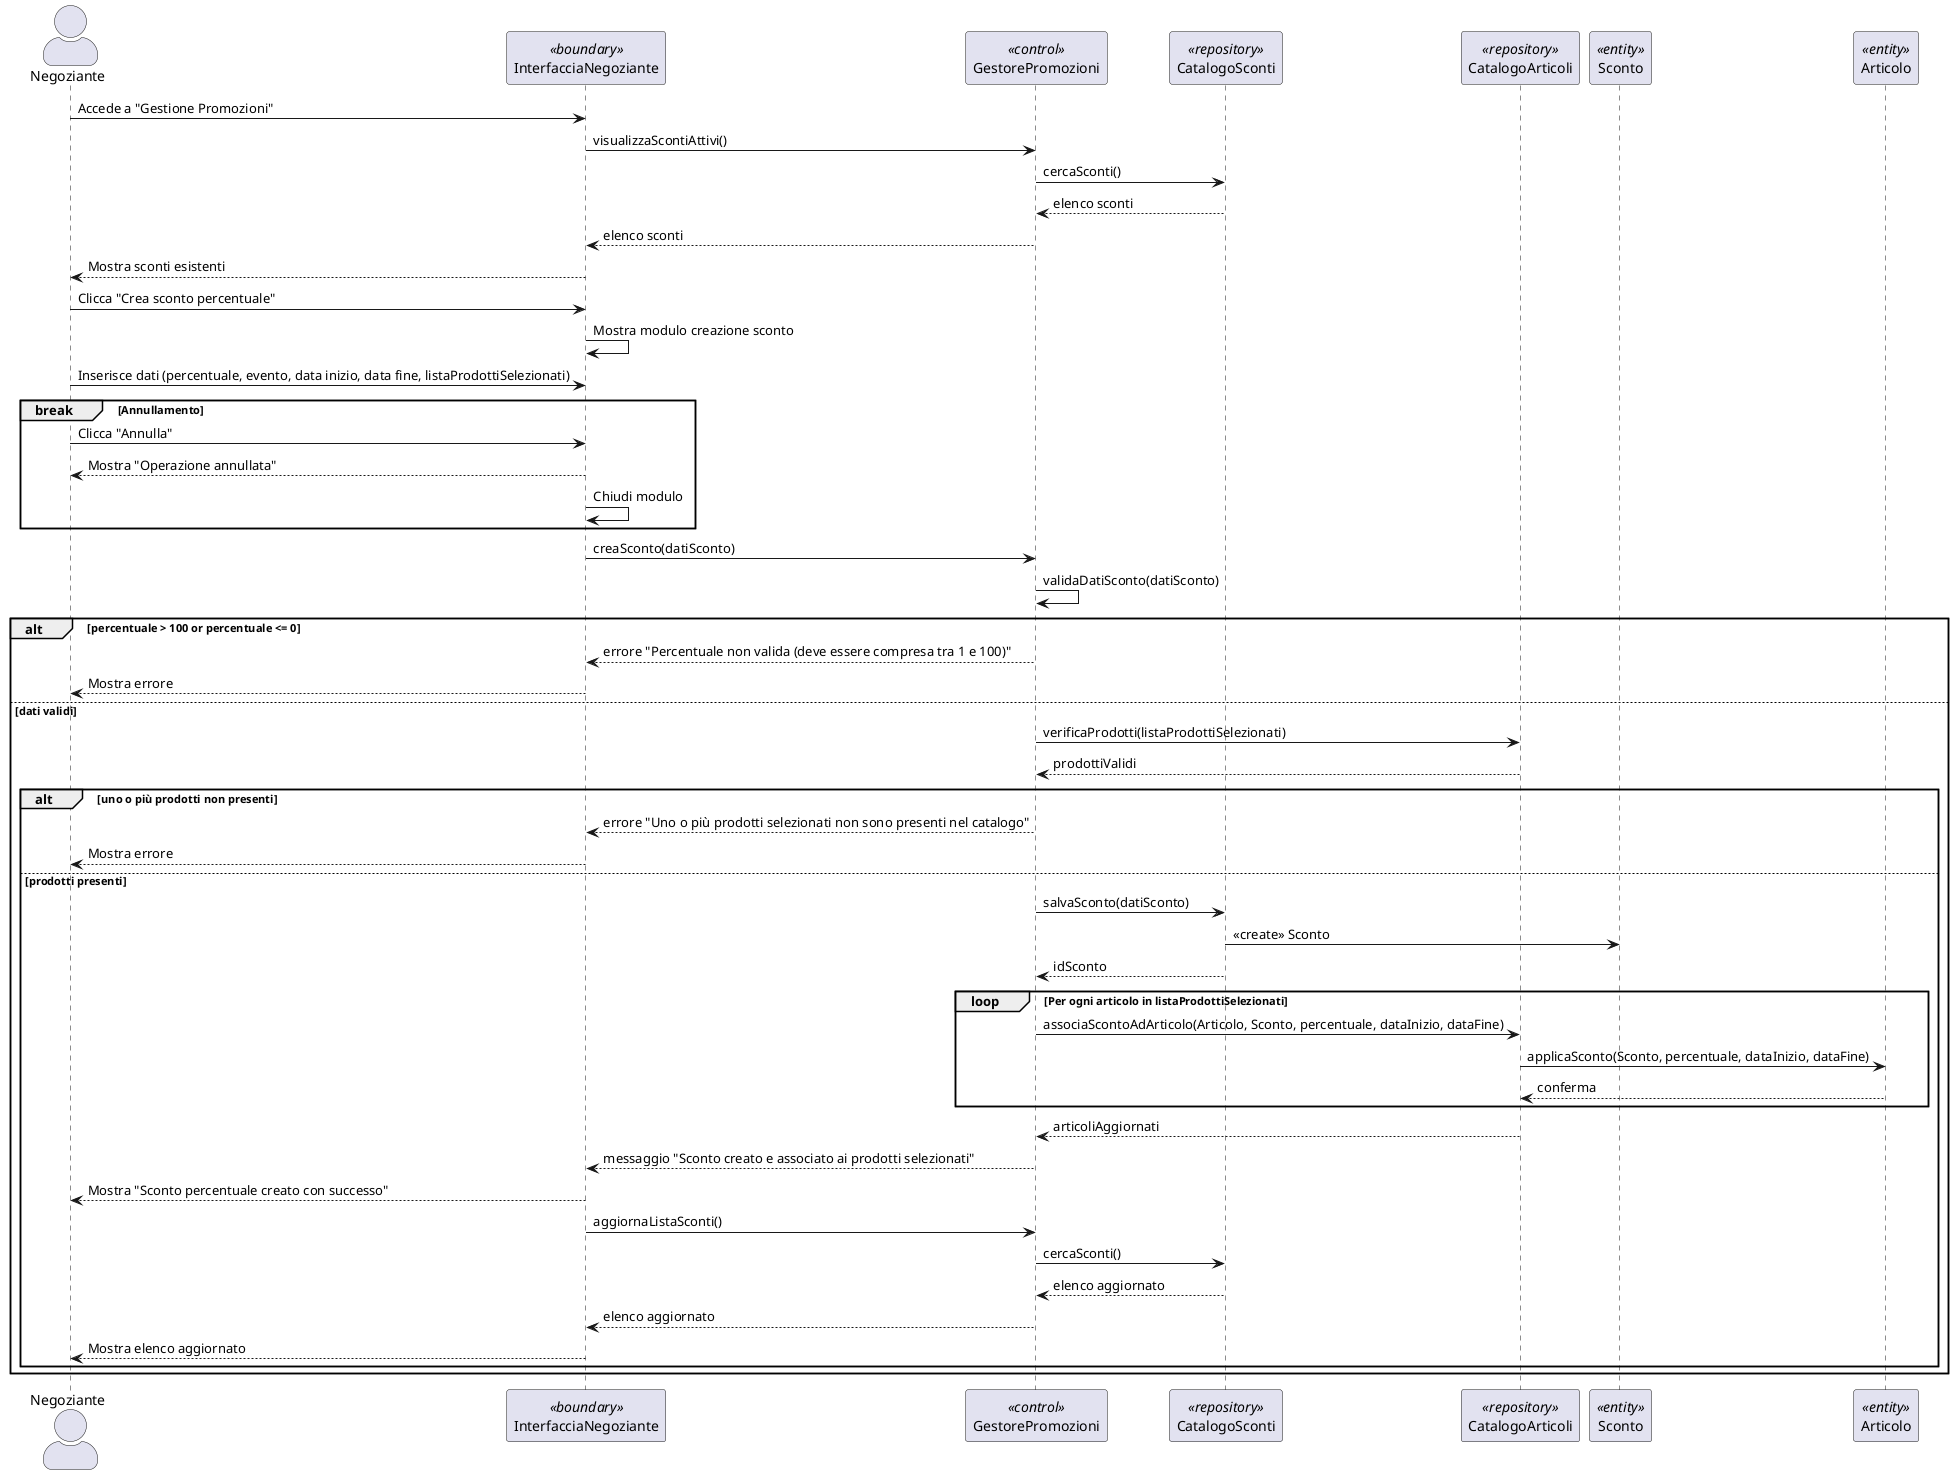
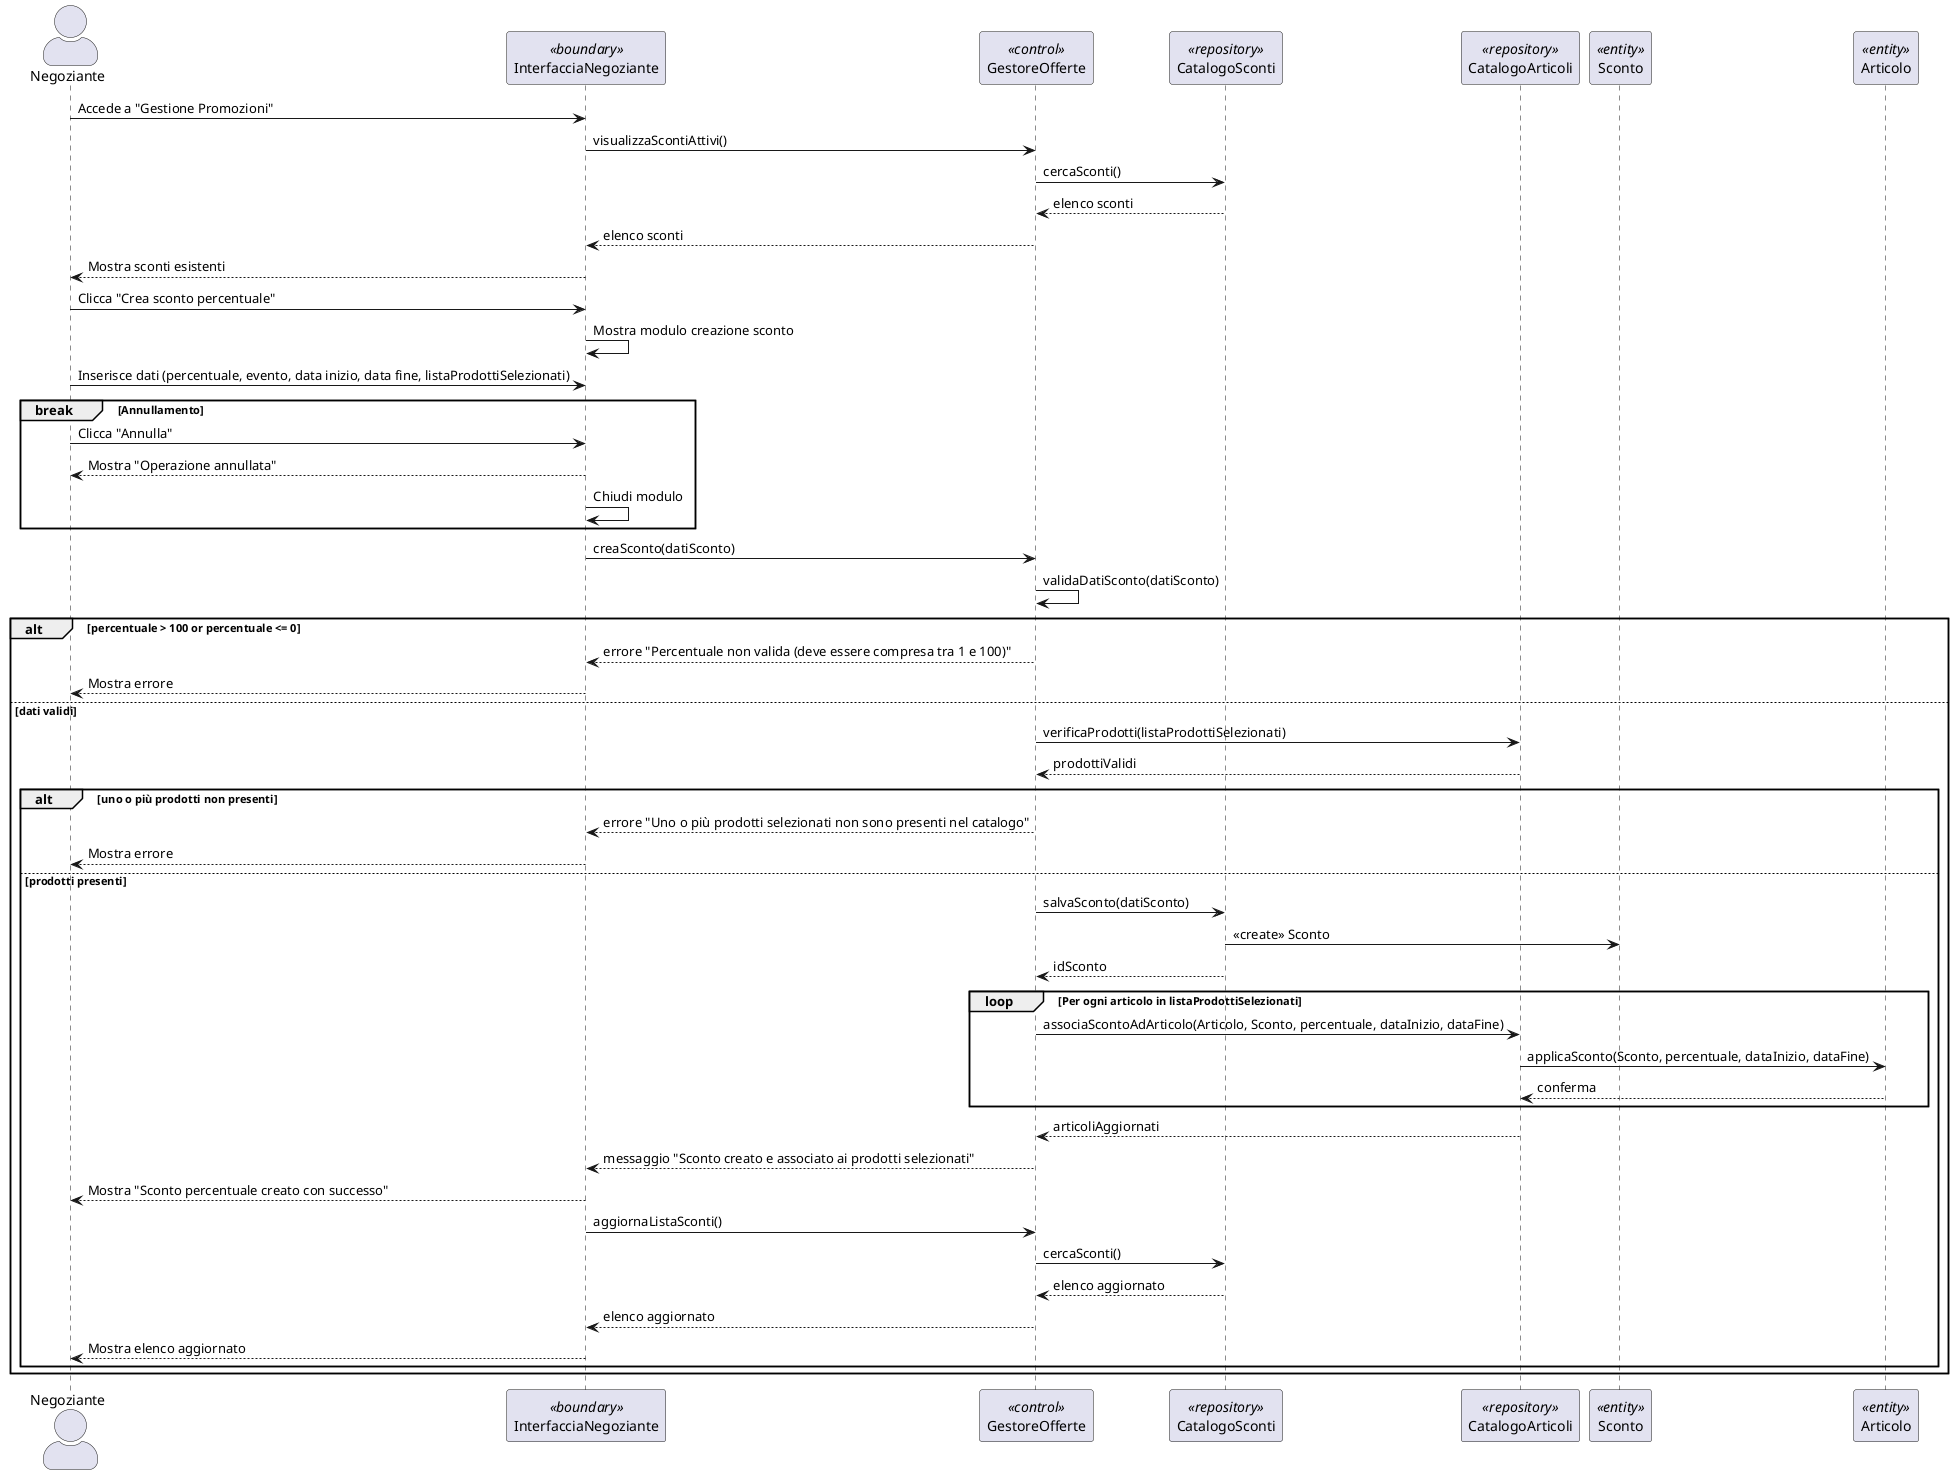
@startuml
skinparam actorStyle awesome

actor Negoziante as N
participant "InterfacciaNegoziante" as IN <<boundary>>
- participant "GestorePromozioni" as G <<control>>
+ participant "GestoreOfferte" as G <<control>>
participant "CatalogoSconti" as CS <<repository>>
participant "CatalogoArticoli" as CA <<repository>>
participant "Sconto" as Sconto <<entity>>
participant "Articolo" as Articolo <<entity>>

N -> IN: Accede a "Gestione Promozioni"
IN -> G: visualizzaScontiAttivi()
G -> CS: cercaSconti()
CS --> G: elenco sconti
G --> IN: elenco sconti
IN --> N: Mostra sconti esistenti

N -> IN: Clicca "Crea sconto percentuale"
IN -> IN: Mostra modulo creazione sconto
N -> IN: Inserisce dati (percentuale, evento, data inizio, data fine, listaProdottiSelezionati)

break Annullamento
    N -> IN: Clicca "Annulla"
    IN --> N: Mostra "Operazione annullata"
    IN -> IN: Chiudi modulo
end

IN -> G: creaSconto(datiSconto)
G -> G: validaDatiSconto(datiSconto)

alt percentuale > 100 or percentuale <= 0
    G --> IN: errore "Percentuale non valida (deve essere compresa tra 1 e 100)"
    IN --> N: Mostra errore

else dati validi
    G -> CA: verificaProdotti(listaProdottiSelezionati)
    CA --> G: prodottiValidi

    alt uno o più prodotti non presenti
        G --> IN: errore "Uno o più prodotti selezionati non sono presenti nel catalogo"
        IN --> N: Mostra errore

    else prodotti presenti
        G -> CS: salvaSconto(datiSconto)
        CS -> Sconto: <<create>> Sconto
        CS --> G: idSconto

        loop Per ogni articolo in listaProdottiSelezionati
            G -> CA: associaScontoAdArticolo(Articolo, Sconto, percentuale, dataInizio, dataFine)
            CA -> Articolo: applicaSconto(Sconto, percentuale, dataInizio, dataFine)
            Articolo --> CA: conferma
        end
        CA --> G: articoliAggiornati

        G --> IN: messaggio "Sconto creato e associato ai prodotti selezionati"
        IN --> N: Mostra "Sconto percentuale creato con successo"

        IN -> G: aggiornaListaSconti()
        G -> CS: cercaSconti()
        CS --> G: elenco aggiornato
        G --> IN: elenco aggiornato
        IN --> N: Mostra elenco aggiornato
    end
end
@enduml
